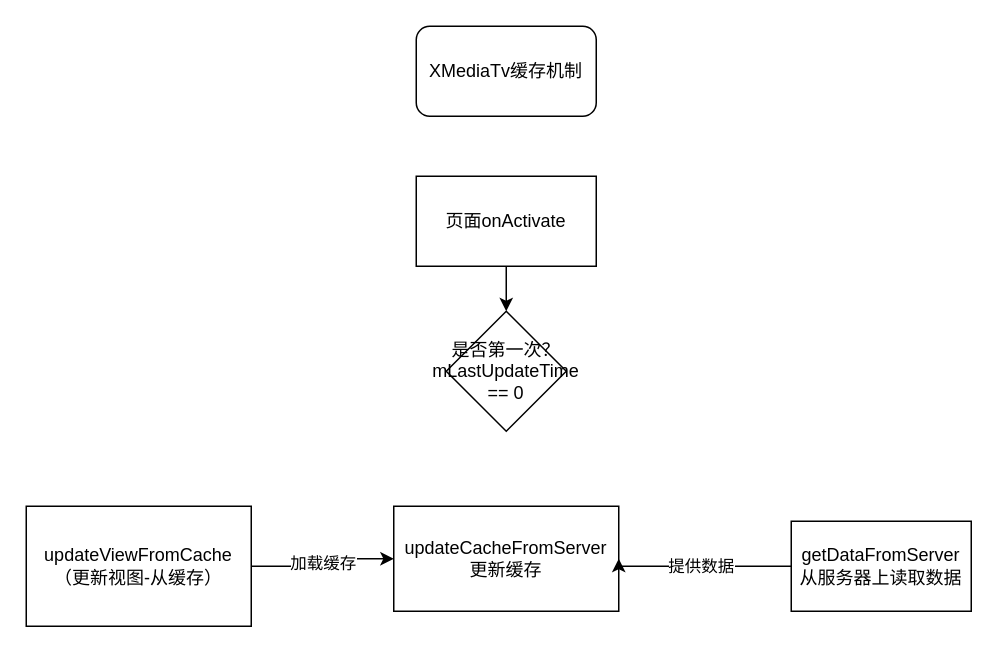
Earlier version of the draw.io diagram 未命名表单.drawio (honghonglhh2018/ThinkingFlowChart). Source tidied: cells renumbered, new cells numbered last; positions are measured from the earlier drawing's top-left corner, leaving out a move shared by most shapes. Both pictures are drawn from the tidied source at 150%, with x=0, y=0 at pixel (26, 26).
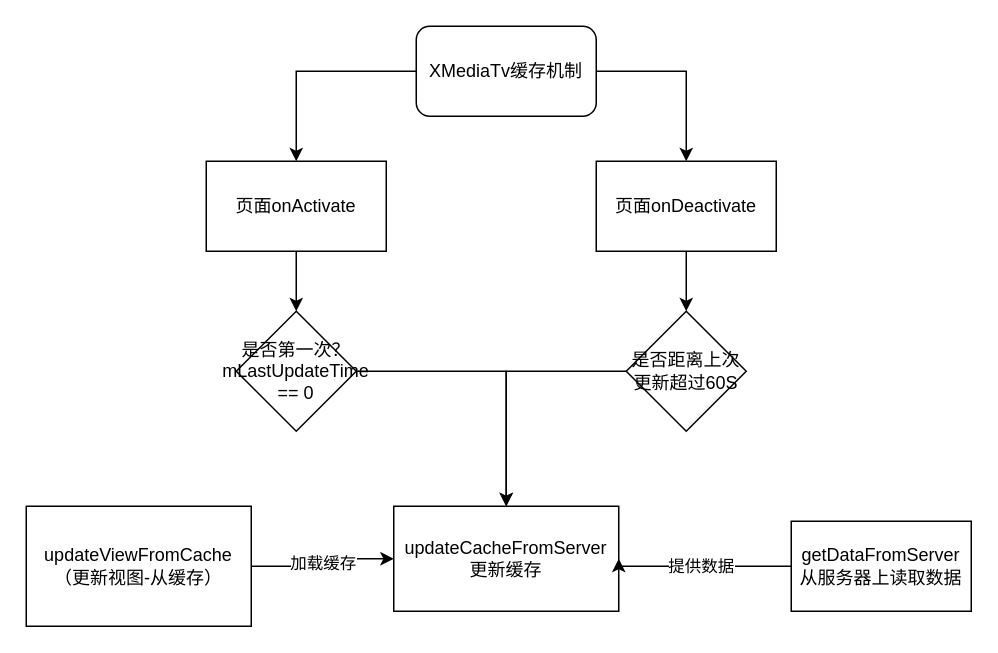
The same diagram, later.

The change refers to these unchanged cells:
```xml
<mxCell id="2" value="XMediaTv缓存机制" style="rounded=1;whiteSpace=wrap;html=1;" parent="1" vertex="1">
  <mxGeometry x="260" width="120" height="60" as="geometry" />
</mxCell>
<mxCell id="3" value="updateCacheFromServer&lt;br&gt;更新缓存" style="rounded=0;whiteSpace=wrap;html=1;" parent="1" vertex="1">
  <mxGeometry x="245" y="320" width="150" height="70" as="geometry" />
</mxCell>
```

Diff of the diagram source:
```diff
@@
+    <mxCell id="11" style="edgeStyle=orthogonalEdgeStyle;rounded=0;jettySize=auto;html=1;" parent="1" edge="1" source="2" target="9">
+      <mxGeometry relative="1" as="geometry" />
+    </mxCell>
+    <mxCell id="12" style="edgeStyle=orthogonalEdgeStyle;rounded=0;jettySize=auto;html=1;entryX=0.5;entryY=0;entryDx=0;entryDy=0;" parent="1" edge="1" source="2" target="15">
+      <mxGeometry relative="1" as="geometry">
+        <Array as="points">
+          <mxPoint x="440" y="30" />
+        </Array>
+      </mxGeometry>
+    </mxCell>
@@
     <mxCell id="9" value="页面onActivate" style="rounded=0;whiteSpace=wrap;html=1;" parent="1" vertex="1">
-      <mxGeometry x="260" y="100" width="120" height="60" as="geometry" />
+      <mxGeometry x="120" y="90" width="120" height="60" as="geometry" />
     </mxCell>
+    <mxCell id="13" style="edgeStyle=orthogonalEdgeStyle;rounded=0;jettySize=auto;html=1;entryX=0.5;entryY=0;entryDx=0;entryDy=0;" parent="1" edge="1" source="10" target="3">
+      <mxGeometry relative="1" as="geometry" />
+    </mxCell>
     <mxCell id="10" value="是否第一次？&lt;br&gt;mLastUpdateTime == 0" style="rhombus;whiteSpace=wrap;html=1;" parent="1" vertex="1">
-      <mxGeometry x="280" y="190" width="80" height="80" as="geometry" />
+      <mxGeometry x="140" y="190" width="80" height="80" as="geometry" />
     </mxCell>
+    <mxCell id="14" style="edgeStyle=orthogonalEdgeStyle;rounded=0;jettySize=auto;html=1;" parent="1" edge="1" source="15" target="17">
+      <mxGeometry relative="1" as="geometry" />
+    </mxCell>
+    <mxCell id="15" value="页面onDeactivate" style="rounded=0;whiteSpace=wrap;html=1;" parent="1" vertex="1">
+      <mxGeometry x="380" y="90" width="120" height="60" as="geometry" />
+    </mxCell>
+    <mxCell id="16" style="edgeStyle=orthogonalEdgeStyle;rounded=0;jettySize=auto;html=1;entryX=0.5;entryY=0;entryDx=0;entryDy=0;" parent="1" edge="1" source="17" target="3">
+      <mxGeometry relative="1" as="geometry" />
+    </mxCell>
+    <mxCell id="17" value="是否距离上次更新超过60S" style="rhombus;whiteSpace=wrap;html=1;" parent="1" vertex="1">
+      <mxGeometry x="400" y="190" width="80" height="80" as="geometry" />
+    </mxCell>
```
